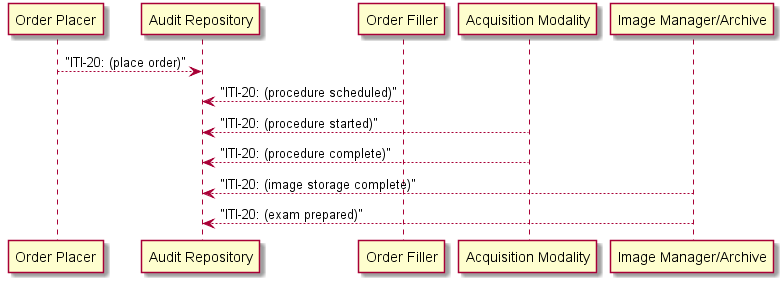
Earlier version of the PlantUML export order-perform-study.png (rjhorn-agfa/SOLE).
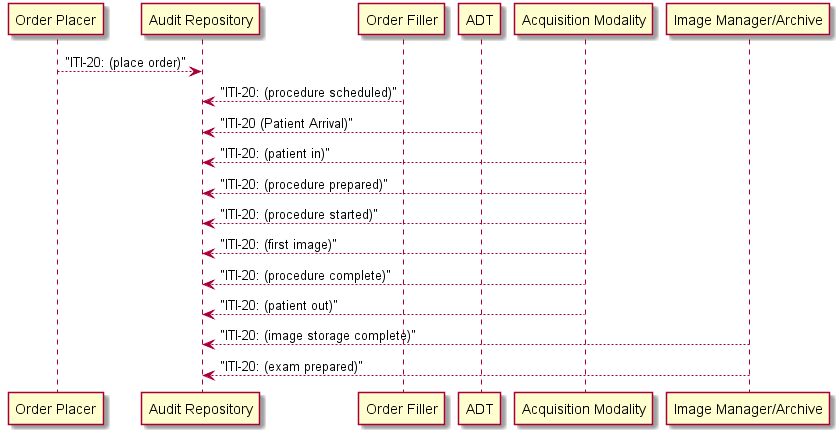
The same diagram one commit later.

Change to the diagram source:
```diff
@@ -1,9 +1,13 @@
 @startuml
-
 "Order Placer" --> "Audit Repository" : "ITI-20: (place order)"
 "Order Filler" --> "Audit Repository" : "ITI-20: (procedure scheduled)"
+"ADT" --> "Audit Repository" : "ITI-20 (Patient Arrival)"
+"Acquisition Modality" --> "Audit Repository" : "ITI-20: (patient in)"
+"Acquisition Modality" --> "Audit Repository" : "ITI-20: (procedure prepared)"
 "Acquisition Modality" --> "Audit Repository" : "ITI-20: (procedure started)"
+"Acquisition Modality" --> "Audit Repository" : "ITI-20: (first image)"
 "Acquisition Modality" --> "Audit Repository" : "ITI-20: (procedure complete)"
+"Acquisition Modality" --> "Audit Repository" : "ITI-20: (patient out)"
 "Image Manager/Archive" --> "Audit Repository" : "ITI-20: (image storage complete)"
 "Image Manager/Archive" --> "Audit Repository" : "ITI-20: (exam prepared)"
 @enduml
```
